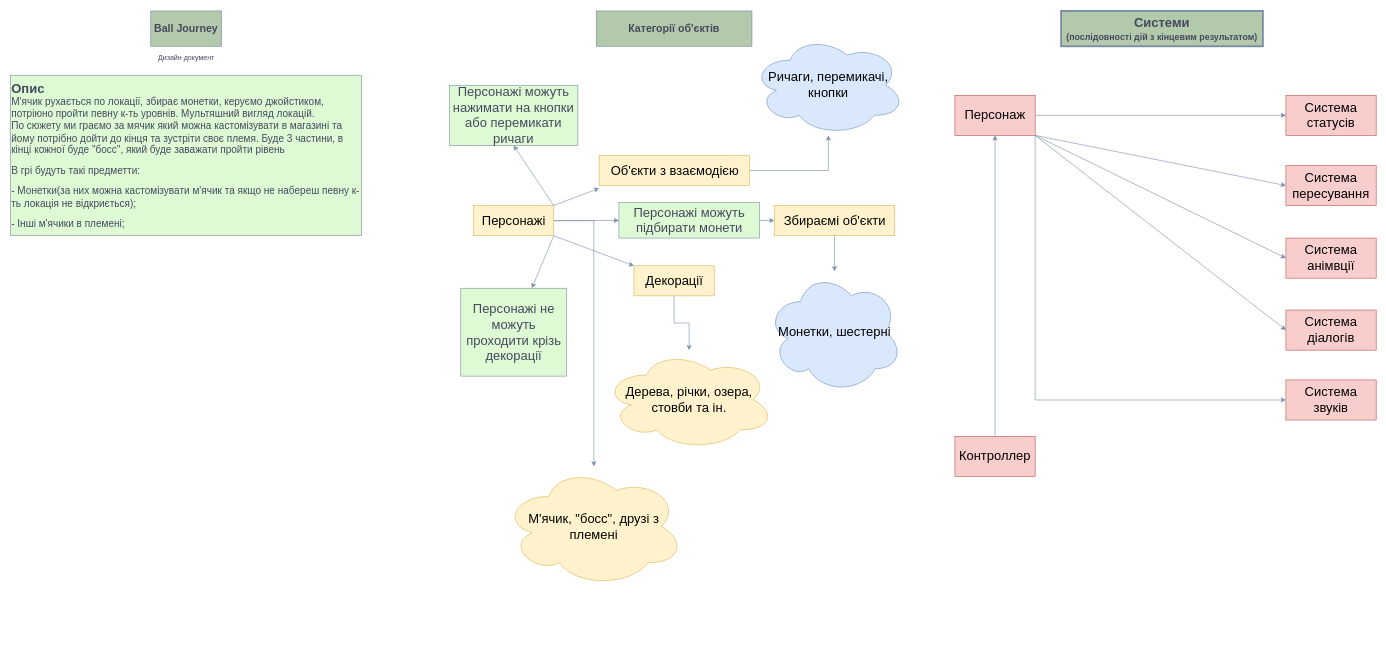
peremybida/examen keeps this draw.io diagram as page "основна концепція" (1 of 2) of Assets/дизайн документ.drawio. Above is the earlier version. Source tidied: cells renumbered, new cells numbered last; positions are measured from the earlier drawing's top-left corner, leaving out a move shared by most shapes. Both pictures are drawn from the tidied source at 59%, with x=0, y=0 at pixel (10, 11).
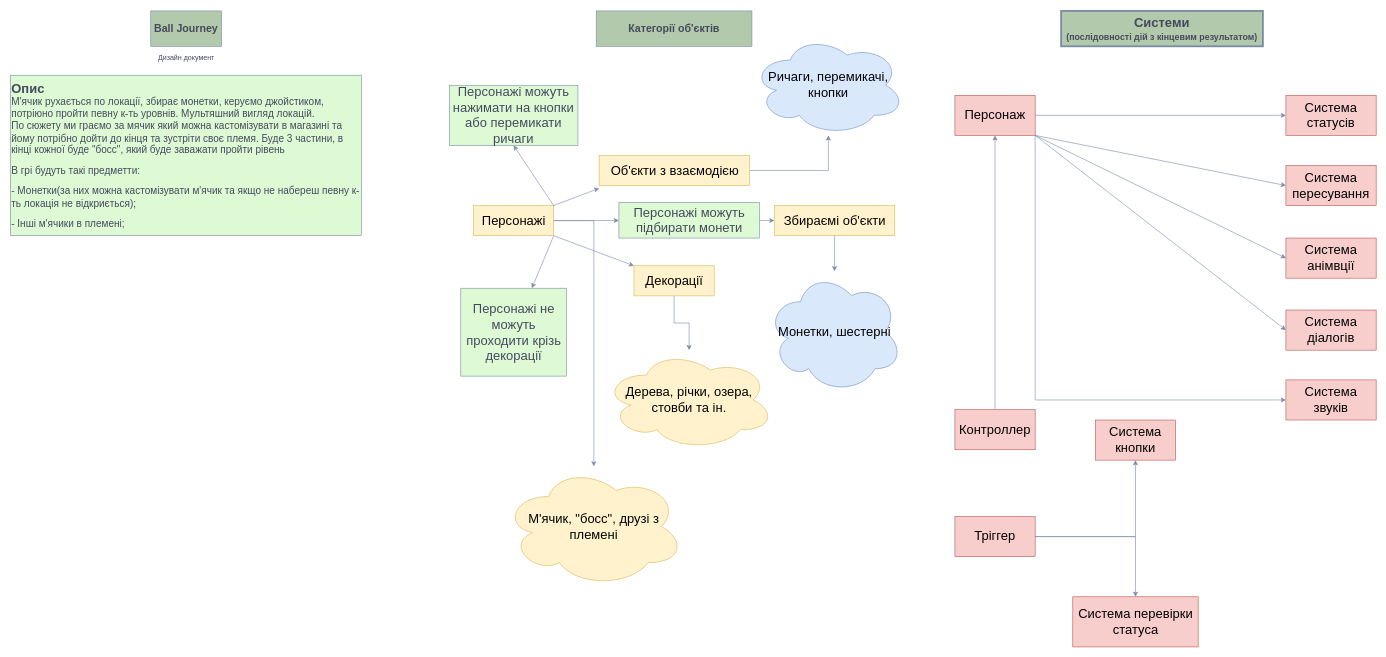
The same page after the edit.

The edit, as a diff of the source:
```diff
@@
     <mxCell id="41" value="Контроллер" style="rounded=0;whiteSpace=wrap;html=1;strokeColor=#b85450;fontSize=22;fillColor=#f8cecc;" parent="1" vertex="1">
-      <mxGeometry x="1601" y="721" width="136" height="68" as="geometry" />
+      <mxGeometry x="1601" y="675.8" width="136" height="68" as="geometry" />
     </mxCell>
+    <mxCell id="42" style="edgeStyle=orthogonalEdgeStyle;rounded=0;jettySize=auto;html=1;strokeColor=#788AA3;fontSize=22;fontColor=#46495D;fillColor=#B2C9AB;" parent="1" edge="1" source="44" target="45">
+      <mxGeometry relative="1" as="geometry" />
+    </mxCell>
+    <mxCell id="43" style="edgeStyle=orthogonalEdgeStyle;rounded=0;jettySize=auto;html=1;strokeColor=#788AA3;fontSize=22;fontColor=#46495D;fillColor=#B2C9AB;" parent="1" edge="1" source="44" target="46">
+      <mxGeometry relative="1" as="geometry" />
+    </mxCell>
+    <mxCell id="44" value="Тріггер" style="rounded=0;whiteSpace=wrap;html=1;strokeColor=#b85450;fontSize=22;fillColor=#f8cecc;" parent="1" vertex="1">
+      <mxGeometry x="1601" y="857" width="136" height="68" as="geometry" />
+    </mxCell>
+    <mxCell id="45" value="Система кнопки" style="rounded=0;whiteSpace=wrap;html=1;strokeColor=#b85450;fontSize=22;fillColor=#f8cecc;" parent="1" vertex="1">
+      <mxGeometry x="1839" y="693.4" width="136" height="68" as="geometry" />
+    </mxCell>
+    <mxCell id="46" value="Система перевірки статуса" style="whiteSpace=wrap;html=1;fontSize=22;fillColor=#f8cecc;strokeColor=#b85450;rounded=0;" parent="1" vertex="1">
+      <mxGeometry x="1800.8" y="993" width="212.5" height="85" as="geometry" />
+    </mxCell>
```
